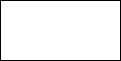
This is Mer-RetoIII.drawio.png from GabiFares/RetoIII, a draw.io export, as it was before one commit. Source tidied: cells renumbered, new cells last; positions are measured from the earlier drawing's top-left corner, leaving out a move shared by most shapes.
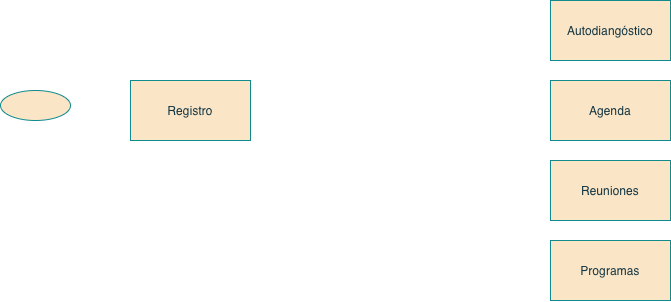
The same file after the commit.

The edit, as a diff of the source:
```diff
@@ -2,8 +2,23 @@
   <root>
     <mxCell id="0" />
     <mxCell id="1" parent="0" />
-    <mxCell id="2" style="rounded=0;whiteSpace=wrap;html=1;" parent="1" vertex="1">
+    <mxCell id="2" value="Registro" style="rounded=0;whiteSpace=wrap;html=1;labelBackgroundColor=none;fillColor=#FAE5C7;strokeColor=#0F8B8D;fontColor=#143642;" parent="1" vertex="1">
       <mxGeometry width="120" height="60" as="geometry" />
     </mxCell>
+    <mxCell id="3" value="Autodiangóstico" style="rounded=0;whiteSpace=wrap;html=1;labelBackgroundColor=none;fillColor=#FAE5C7;strokeColor=#0F8B8D;fontColor=#143642;" parent="1" vertex="1">
+      <mxGeometry x="420" y="-80" width="120" height="60" as="geometry" />
+    </mxCell>
+    <mxCell id="4" value="Agenda" style="rounded=0;whiteSpace=wrap;html=1;labelBackgroundColor=none;fillColor=#FAE5C7;strokeColor=#0F8B8D;fontColor=#143642;" parent="1" vertex="1">
+      <mxGeometry x="420" width="120" height="60" as="geometry" />
+    </mxCell>
+    <mxCell id="5" value="Reuniones" style="rounded=0;whiteSpace=wrap;html=1;labelBackgroundColor=none;fillColor=#FAE5C7;strokeColor=#0F8B8D;fontColor=#143642;" parent="1" vertex="1">
+      <mxGeometry x="420" y="80" width="120" height="60" as="geometry" />
+    </mxCell>
+    <mxCell id="6" value="Programas" style="rounded=0;whiteSpace=wrap;html=1;labelBackgroundColor=none;fillColor=#FAE5C7;strokeColor=#0F8B8D;fontColor=#143642;" parent="1" vertex="1">
+      <mxGeometry x="420" y="160" width="120" height="60" as="geometry" />
+    </mxCell>
+    <mxCell id="7" style="ellipse;whiteSpace=wrap;html=1;strokeColor=#0F8B8D;fontColor=#143642;fillColor=#FAE5C7;" parent="1" vertex="1">
+      <mxGeometry x="-130" y="10" width="70" height="30" as="geometry" />
+    </mxCell>
   </root>
 </mxGraphModel>
```
